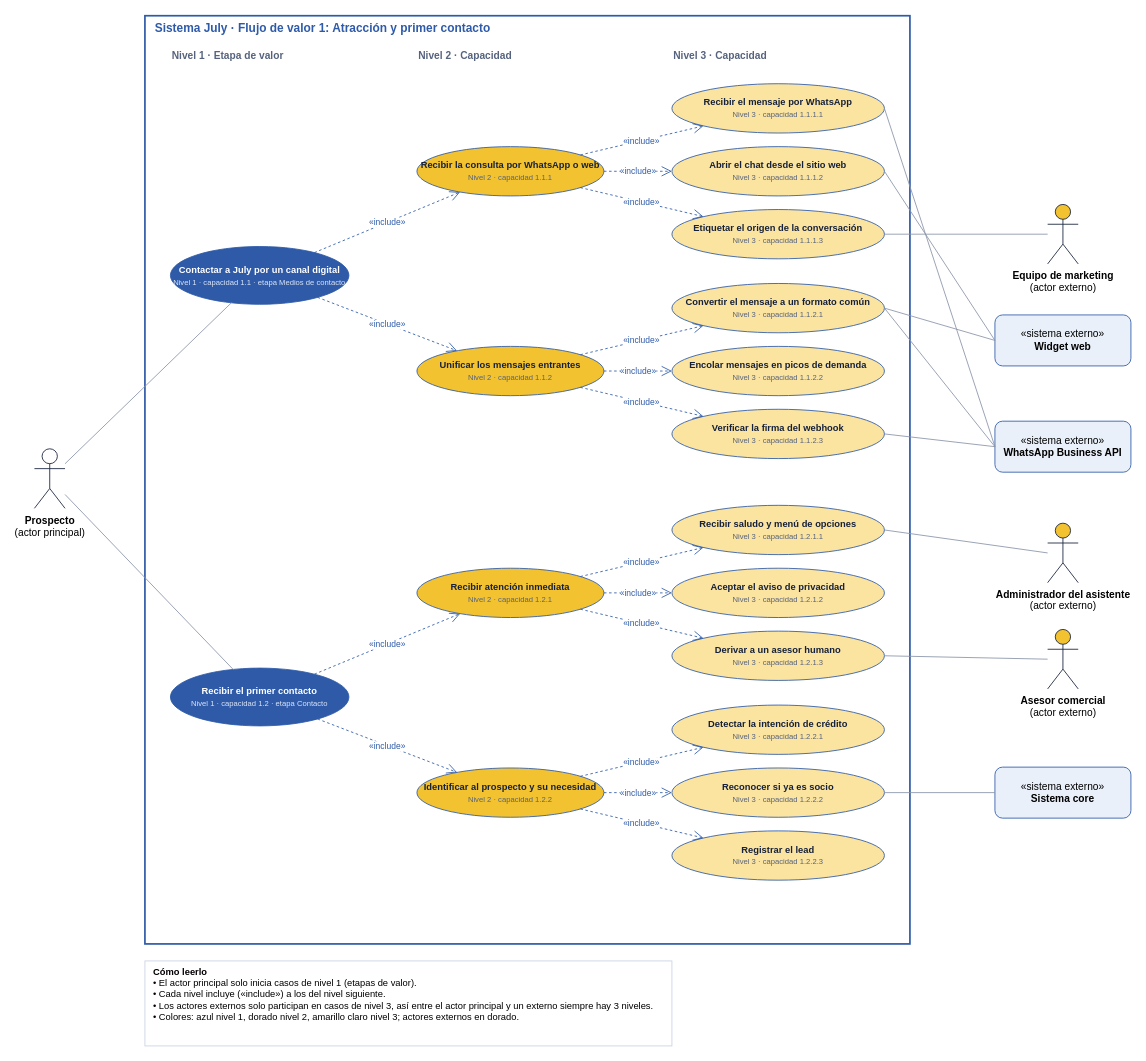
This is Documentacion/03-casos-de-uso/casos-de-uso-flujo-01-atraccion-y-primer-contacto.drawio from CoreSystems-IA/Arquitectura-Software, a draw.io file, before an edit. Source tidied: cells renumbered, new cells numbered last; positions are measured from the earlier drawing's top-left corner, leaving out a move shared by most shapes. Both pictures are drawn from the tidied source at 85%, with x=0, y=0 at pixel (34, 15).
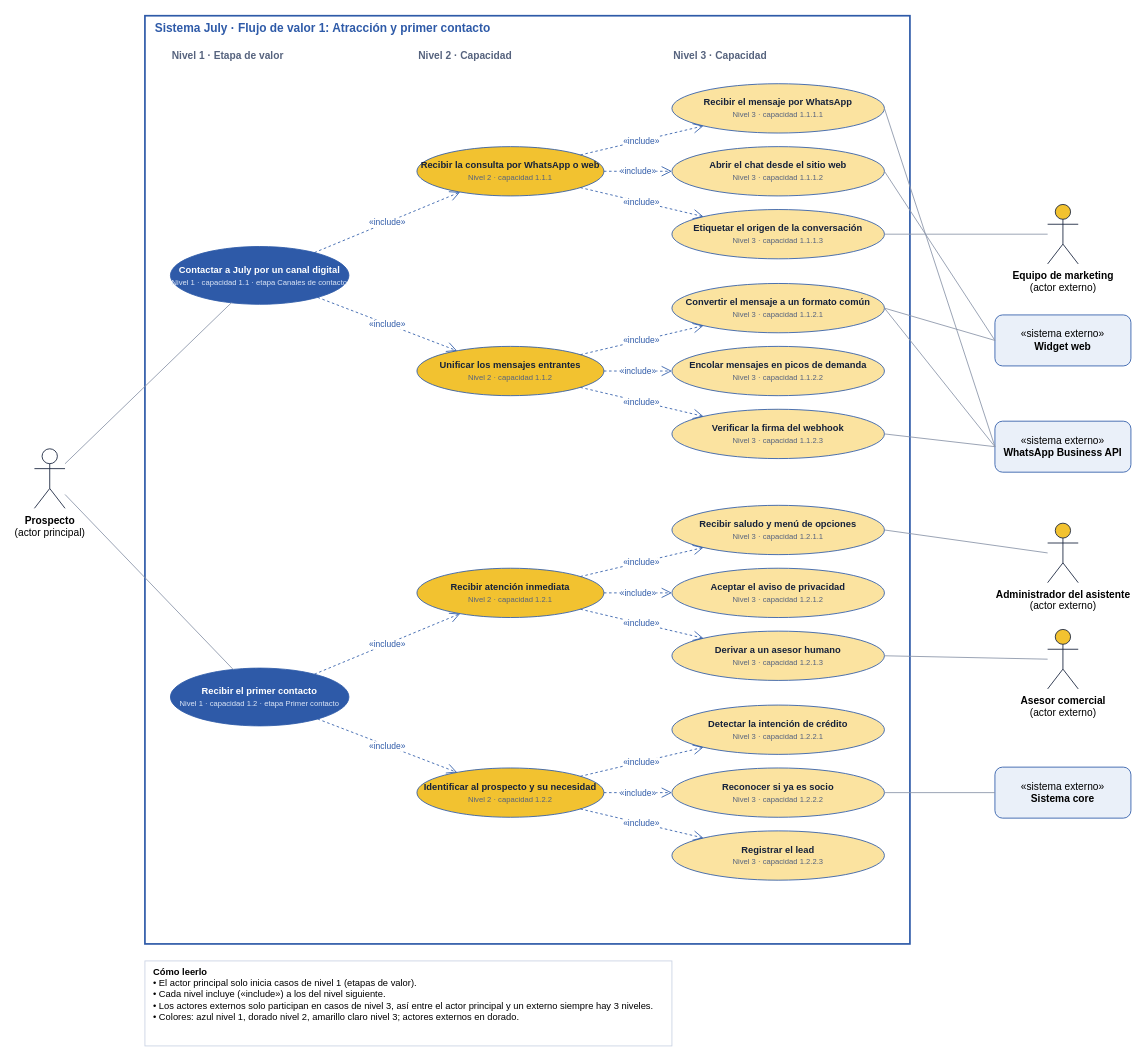
The same diagram, later.

Change to the diagram source:
```diff
@@
-    <mxCell id="6" value="&lt;font color=&quot;#FFFFFF&quot;&gt;&lt;b&gt;Contactar a July por un canal digital&lt;/b&gt;&lt;/font&gt;&lt;br&gt;&lt;font style=&quot;font-size:9px&quot; color=&quot;#DCE6F7&quot;&gt;Nivel 1 · capacidad 1.1 · etapa Medios de contacto&lt;/font&gt;" style="ellipse;whiteSpace=wrap;html=1;fillColor=#2E5AA8;strokeColor=#2E5AA8;fontColor=#15213A;fontSize=11;" parent="1" vertex="1">
+    <mxCell id="6" value="&lt;font color=&quot;#FFFFFF&quot;&gt;&lt;b&gt;Contactar a July por un canal digital&lt;/b&gt;&lt;/font&gt;&lt;br&gt;&lt;font style=&quot;font-size:9px&quot; color=&quot;#DCE6F7&quot;&gt;Nivel 1 · capacidad 1.1 · etapa Canales de contacto&lt;/font&gt;" style="ellipse;whiteSpace=wrap;html=1;fillColor=#2E5AA8;strokeColor=#2E5AA8;fontColor=#15213A;fontSize=11;" parent="1" vertex="1">
       <mxGeometry x="160" y="271.5" width="210" height="68" as="geometry" />
     </mxCell>
@@
-    <mxCell id="23" value="&lt;font color=&quot;#FFFFFF&quot;&gt;&lt;b&gt;Recibir el primer contacto&lt;/b&gt;&lt;/font&gt;&lt;br&gt;&lt;font style=&quot;font-size:9px&quot; color=&quot;#DCE6F7&quot;&gt;Nivel 1 · capacidad 1.2 · etapa Contacto&lt;/font&gt;" style="ellipse;whiteSpace=wrap;html=1;fillColor=#2E5AA8;strokeColor=#2E5AA8;fontColor=#15213A;fontSize=11;" parent="1" vertex="1">
+    <mxCell id="23" value="&lt;font color=&quot;#FFFFFF&quot;&gt;&lt;b&gt;Recibir el primer contacto&lt;/b&gt;&lt;/font&gt;&lt;br&gt;&lt;font style=&quot;font-size:9px&quot; color=&quot;#DCE6F7&quot;&gt;Nivel 1 · capacidad 1.2 · etapa Primer contacto&lt;/font&gt;" style="ellipse;whiteSpace=wrap;html=1;fillColor=#2E5AA8;strokeColor=#2E5AA8;fontColor=#15213A;fontSize=11;" parent="1" vertex="1">
       <mxGeometry x="160" y="767.5" width="210" height="68" as="geometry" />
     </mxCell>
```
